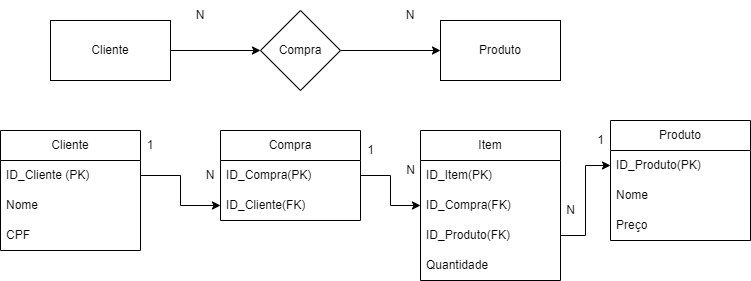
EwertonLira/introdu-o-Github keeps this draw.io diagram as BancoDeDados/3 aula/clienteProduto.drawio.png. Above is the earlier version. Source tidied: cells renumbered, new cells last; positions are measured from the earlier drawing's top-left corner, leaving out a move shared by most shapes. Source of this version:
```xml
<mxGraphModel>
  <root>
    <mxCell id="0" />
    <mxCell id="1" parent="0" />
    <mxCell id="2" style="edgeStyle=orthogonalEdgeStyle;rounded=0;jettySize=auto;html=1;exitX=1;exitY=0.5;exitDx=0;exitDy=0;entryX=0;entryY=0.5;entryDx=0;entryDy=0;" parent="1" edge="1" source="3" target="6">
      <mxGeometry relative="1" as="geometry" />
    </mxCell>
    <mxCell id="3" value="Cliente" style="rounded=0;whiteSpace=wrap;html=1;" parent="1" vertex="1">
      <mxGeometry x="50" y="20" width="120" height="60" as="geometry" />
    </mxCell>
    <mxCell id="4" value="Produto" style="rounded=0;whiteSpace=wrap;html=1;" parent="1" vertex="1">
      <mxGeometry x="440" y="20" width="120" height="60" as="geometry" />
    </mxCell>
    <mxCell id="5" style="edgeStyle=orthogonalEdgeStyle;rounded=0;jettySize=auto;html=1;exitX=1;exitY=0.5;exitDx=0;exitDy=0;entryX=0;entryY=0.5;entryDx=0;entryDy=0;" parent="1" edge="1" source="6" target="4">
      <mxGeometry relative="1" as="geometry" />
    </mxCell>
    <mxCell id="6" value="Compra" style="rhombus;whiteSpace=wrap;html=1;" parent="1" vertex="1">
      <mxGeometry x="260" y="10" width="80" height="80" as="geometry" />
    </mxCell>
    <mxCell id="7" value="N" style="text;html=1;strokeColor=none;fillColor=none;align=center;verticalAlign=middle;whiteSpace=wrap;rounded=0;" parent="1" vertex="1">
      <mxGeometry x="380" width="60" height="30" as="geometry" />
    </mxCell>
    <mxCell id="8" value="N" style="text;html=1;strokeColor=none;fillColor=none;align=center;verticalAlign=middle;whiteSpace=wrap;rounded=0;" parent="1" vertex="1">
      <mxGeometry x="170" width="60" height="30" as="geometry" />
    </mxCell>
    <mxCell id="9" value="Cliente" style="swimlane;fontStyle=0;horizontal=1;startSize=30;whiteSpace=wrap;html=1;" parent="1" vertex="1">
      <mxGeometry y="130" width="140" height="120" as="geometry" />
    </mxCell>
    <mxCell id="10" value="ID_Cliente (PK)" style="text;strokeColor=none;fillColor=none;align=left;verticalAlign=middle;spacingLeft=4;spacingRight=4;overflow=hidden;points=[[0,0.5],[1,0.5]];portConstraint=eastwest;whiteSpace=wrap;html=1;" parent="9" vertex="1">
      <mxGeometry y="30" width="140" height="30" as="geometry" />
    </mxCell>
    <mxCell id="11" value="Nome" style="text;strokeColor=none;fillColor=none;align=left;verticalAlign=middle;spacingLeft=4;spacingRight=4;overflow=hidden;whiteSpace=wrap;html=1;" parent="9" vertex="1">
      <mxGeometry y="60" width="140" height="30" as="geometry" />
    </mxCell>
    <mxCell id="12" value="CPF" style="text;strokeColor=none;fillColor=none;align=left;verticalAlign=middle;spacingLeft=4;spacingRight=4;overflow=hidden;whiteSpace=wrap;html=1;" parent="9" vertex="1">
      <mxGeometry y="90" width="140" height="30" as="geometry" />
    </mxCell>
    <mxCell id="13" value="Compra" style="swimlane;fontStyle=0;horizontal=1;startSize=30;whiteSpace=wrap;html=1;" parent="1" vertex="1">
      <mxGeometry x="220" y="130" width="140" height="90" as="geometry" />
    </mxCell>
    <mxCell id="14" value="ID_Compra(PK)" style="text;strokeColor=none;fillColor=none;align=left;verticalAlign=middle;spacingLeft=4;spacingRight=4;overflow=hidden;points=[[0,0.5],[1,0.5]];portConstraint=eastwest;whiteSpace=wrap;html=1;" parent="13" vertex="1">
      <mxGeometry y="30" width="140" height="30" as="geometry" />
    </mxCell>
    <mxCell id="15" value="ID_Cliente(FK)" style="text;strokeColor=none;fillColor=none;align=left;verticalAlign=middle;spacingLeft=4;spacingRight=4;overflow=hidden;points=[[0,0.5],[1,0.5]];portConstraint=eastwest;whiteSpace=wrap;html=1;" parent="13" vertex="1">
      <mxGeometry y="60" width="140" height="30" as="geometry" />
    </mxCell>
    <mxCell id="16" value="Produto" style="swimlane;fontStyle=0;horizontal=1;startSize=30;whiteSpace=wrap;html=1;" parent="1" vertex="1">
      <mxGeometry x="610" y="120" width="140" height="120" as="geometry" />
    </mxCell>
    <mxCell id="17" value="ID_Produto(PK)" style="text;strokeColor=none;fillColor=none;align=left;verticalAlign=middle;spacingLeft=4;spacingRight=4;overflow=hidden;points=[[0,0.5],[1,0.5]];portConstraint=eastwest;whiteSpace=wrap;html=1;" parent="16" vertex="1">
      <mxGeometry y="30" width="140" height="30" as="geometry" />
    </mxCell>
    <mxCell id="18" value="Nome" style="text;strokeColor=none;fillColor=none;align=left;verticalAlign=middle;spacingLeft=4;spacingRight=4;overflow=hidden;whiteSpace=wrap;html=1;" parent="16" vertex="1">
      <mxGeometry y="60" width="140" height="30" as="geometry" />
    </mxCell>
    <mxCell id="19" value="Preço" style="text;strokeColor=none;fillColor=none;align=left;verticalAlign=middle;spacingLeft=4;spacingRight=4;overflow=hidden;whiteSpace=wrap;html=1;" parent="16" vertex="1">
      <mxGeometry y="90" width="140" height="30" as="geometry" />
    </mxCell>
    <mxCell id="20" style="edgeStyle=orthogonalEdgeStyle;rounded=0;jettySize=auto;html=1;exitX=1;exitY=0.5;exitDx=0;exitDy=0;" parent="1" edge="1" source="10" target="15">
      <mxGeometry relative="1" as="geometry" />
    </mxCell>
    <mxCell id="21" value="1" style="text;html=1;strokeColor=none;fillColor=none;align=center;verticalAlign=middle;whiteSpace=wrap;rounded=0;" parent="1" vertex="1">
      <mxGeometry x="120" y="130" width="60" height="30" as="geometry" />
    </mxCell>
    <mxCell id="22" value="N" style="text;html=1;strokeColor=none;fillColor=none;align=center;verticalAlign=middle;whiteSpace=wrap;rounded=0;" parent="1" vertex="1">
      <mxGeometry x="180" y="160" width="60" height="30" as="geometry" />
    </mxCell>
    <mxCell id="23" value="Item" style="swimlane;fontStyle=0;horizontal=1;startSize=30;whiteSpace=wrap;html=1;" parent="1" vertex="1">
      <mxGeometry x="420" y="130" width="140" height="150" as="geometry" />
    </mxCell>
    <mxCell id="24" value="ID_Item(PK)" style="text;strokeColor=none;fillColor=none;align=left;verticalAlign=middle;spacingLeft=4;spacingRight=4;overflow=hidden;whiteSpace=wrap;html=1;" parent="23" vertex="1">
      <mxGeometry y="30" width="140" height="30" as="geometry" />
    </mxCell>
    <mxCell id="25" value="ID_Compra(FK)" style="text;strokeColor=none;fillColor=none;align=left;verticalAlign=middle;spacingLeft=4;spacingRight=4;overflow=hidden;points=[[0,0.5],[1,0.5]];portConstraint=eastwest;whiteSpace=wrap;html=1;" parent="23" vertex="1">
      <mxGeometry y="60" width="140" height="30" as="geometry" />
    </mxCell>
    <mxCell id="26" value="ID_Produto(FK)" style="text;strokeColor=none;fillColor=none;align=left;verticalAlign=middle;spacingLeft=4;spacingRight=4;overflow=hidden;points=[[0,0.5],[1,0.5]];portConstraint=eastwest;whiteSpace=wrap;html=1;" parent="23" vertex="1">
      <mxGeometry y="90" width="140" height="30" as="geometry" />
    </mxCell>
    <mxCell id="27" value="Quantidade" style="text;strokeColor=none;fillColor=none;align=left;verticalAlign=middle;spacingLeft=4;spacingRight=4;overflow=hidden;whiteSpace=wrap;html=1;" parent="23" vertex="1">
      <mxGeometry y="120" width="140" height="30" as="geometry" />
    </mxCell>
    <mxCell id="28" style="edgeStyle=orthogonalEdgeStyle;rounded=0;jettySize=auto;html=1;exitX=1;exitY=0.5;exitDx=0;exitDy=0;" parent="1" edge="1" source="14" target="25">
      <mxGeometry relative="1" as="geometry" />
    </mxCell>
    <mxCell id="29" style="edgeStyle=orthogonalEdgeStyle;rounded=0;jettySize=auto;html=1;exitX=1;exitY=0.5;exitDx=0;exitDy=0;" parent="1" edge="1" source="26" target="17">
      <mxGeometry relative="1" as="geometry" />
    </mxCell>
    <mxCell id="30" value="1" style="text;html=1;align=center;verticalAlign=middle;strokeColor=none;fillColor=none;" parent="1" vertex="1">
      <mxGeometry x="355" y="135" width="30" height="30" as="geometry" />
    </mxCell>
    <mxCell id="31" value="N" style="text;html=1;align=center;verticalAlign=middle;strokeColor=none;fillColor=none;" parent="1" vertex="1">
      <mxGeometry x="395" y="155" width="30" height="30" as="geometry" />
    </mxCell>
    <mxCell id="32" value="1" style="text;html=1;align=center;verticalAlign=middle;strokeColor=none;fillColor=none;" parent="1" vertex="1">
      <mxGeometry x="585" y="125" width="30" height="30" as="geometry" />
    </mxCell>
    <mxCell id="33" value="N" style="text;html=1;align=center;verticalAlign=middle;strokeColor=none;fillColor=none;" parent="1" vertex="1">
      <mxGeometry x="555" y="195" width="30" height="30" as="geometry" />
    </mxCell>
  </root>
</mxGraphModel>
```
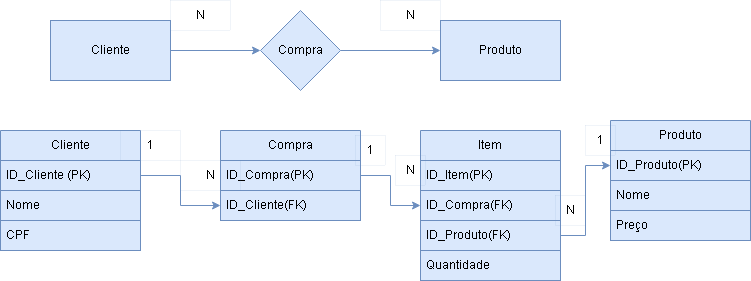
After the change.

The edit, as a diff of the source:
```diff
@@ -2,100 +2,100 @@
   <root>
     <mxCell id="0" />
     <mxCell id="1" parent="0" />
-    <mxCell id="2" style="edgeStyle=orthogonalEdgeStyle;rounded=0;jettySize=auto;html=1;exitX=1;exitY=0.5;exitDx=0;exitDy=0;entryX=0;entryY=0.5;entryDx=0;entryDy=0;" parent="1" edge="1" source="3" target="6">
+    <mxCell id="2" style="edgeStyle=orthogonalEdgeStyle;rounded=0;jettySize=auto;html=1;exitX=1;exitY=0.5;exitDx=0;exitDy=0;entryX=0;entryY=0.5;entryDx=0;entryDy=0;fillColor=#dae8fc;strokeColor=#6c8ebf;" parent="1" edge="1" source="3" target="6">
       <mxGeometry relative="1" as="geometry" />
     </mxCell>
-    <mxCell id="3" value="Cliente" style="rounded=0;whiteSpace=wrap;html=1;" parent="1" vertex="1">
+    <mxCell id="3" value="Cliente" style="rounded=0;whiteSpace=wrap;html=1;fillColor=#dae8fc;strokeColor=#6c8ebf;" parent="1" vertex="1">
       <mxGeometry x="50" y="20" width="120" height="60" as="geometry" />
     </mxCell>
-    <mxCell id="4" value="Produto" style="rounded=0;whiteSpace=wrap;html=1;" parent="1" vertex="1">
+    <mxCell id="4" value="Produto" style="rounded=0;whiteSpace=wrap;html=1;fillColor=#dae8fc;strokeColor=#6c8ebf;" parent="1" vertex="1">
       <mxGeometry x="440" y="20" width="120" height="60" as="geometry" />
     </mxCell>
-    <mxCell id="5" style="edgeStyle=orthogonalEdgeStyle;rounded=0;jettySize=auto;html=1;exitX=1;exitY=0.5;exitDx=0;exitDy=0;entryX=0;entryY=0.5;entryDx=0;entryDy=0;" parent="1" edge="1" source="6" target="4">
+    <mxCell id="5" style="edgeStyle=orthogonalEdgeStyle;rounded=0;jettySize=auto;html=1;exitX=1;exitY=0.5;exitDx=0;exitDy=0;entryX=0;entryY=0.5;entryDx=0;entryDy=0;fillColor=#dae8fc;strokeColor=#6c8ebf;" parent="1" edge="1" source="6" target="4">
       <mxGeometry relative="1" as="geometry" />
     </mxCell>
-    <mxCell id="6" value="Compra" style="rhombus;whiteSpace=wrap;html=1;" parent="1" vertex="1">
+    <mxCell id="6" value="Compra" style="rhombus;whiteSpace=wrap;html=1;fillColor=#dae8fc;strokeColor=#6c8ebf;" parent="1" vertex="1">
       <mxGeometry x="260" y="10" width="80" height="80" as="geometry" />
     </mxCell>
-    <mxCell id="7" value="N" style="text;html=1;strokeColor=none;fillColor=none;align=center;verticalAlign=middle;whiteSpace=wrap;rounded=0;" parent="1" vertex="1">
+    <mxCell id="7" value="N" style="text;html=1;strokeColor=#6c8ebf;fillColor=none;align=center;verticalAlign=middle;whiteSpace=wrap;rounded=0;strokeWidth=0;" parent="1" vertex="1">
       <mxGeometry x="380" width="60" height="30" as="geometry" />
     </mxCell>
-    <mxCell id="8" value="N" style="text;html=1;strokeColor=none;fillColor=none;align=center;verticalAlign=middle;whiteSpace=wrap;rounded=0;" parent="1" vertex="1">
+    <mxCell id="8" value="N" style="text;html=1;strokeColor=#6c8ebf;fillColor=none;align=center;verticalAlign=middle;whiteSpace=wrap;rounded=0;strokeWidth=0;" parent="1" vertex="1">
       <mxGeometry x="170" width="60" height="30" as="geometry" />
     </mxCell>
-    <mxCell id="9" value="Cliente" style="swimlane;fontStyle=0;horizontal=1;startSize=30;whiteSpace=wrap;html=1;" parent="1" vertex="1">
+    <mxCell id="9" value="Cliente" style="swimlane;fontStyle=0;horizontal=1;startSize=30;whiteSpace=wrap;html=1;fillColor=#dae8fc;strokeColor=#6c8ebf;" parent="1" vertex="1">
       <mxGeometry y="130" width="140" height="120" as="geometry" />
     </mxCell>
-    <mxCell id="10" value="ID_Cliente (PK)" style="text;strokeColor=none;fillColor=none;align=left;verticalAlign=middle;spacingLeft=4;spacingRight=4;overflow=hidden;points=[[0,0.5],[1,0.5]];portConstraint=eastwest;whiteSpace=wrap;html=1;" parent="9" vertex="1">
+    <mxCell id="10" value="ID_Cliente (PK)" style="text;strokeColor=#6c8ebf;fillColor=#dae8fc;align=left;verticalAlign=middle;spacingLeft=4;spacingRight=4;overflow=hidden;points=[[0,0.5],[1,0.5]];portConstraint=eastwest;whiteSpace=wrap;html=1;" parent="9" vertex="1">
       <mxGeometry y="30" width="140" height="30" as="geometry" />
     </mxCell>
-    <mxCell id="11" value="Nome" style="text;strokeColor=none;fillColor=none;align=left;verticalAlign=middle;spacingLeft=4;spacingRight=4;overflow=hidden;whiteSpace=wrap;html=1;" parent="9" vertex="1">
+    <mxCell id="11" value="Nome" style="text;strokeColor=#6c8ebf;fillColor=#dae8fc;align=left;verticalAlign=middle;spacingLeft=4;spacingRight=4;overflow=hidden;whiteSpace=wrap;html=1;" parent="9" vertex="1">
       <mxGeometry y="60" width="140" height="30" as="geometry" />
     </mxCell>
-    <mxCell id="12" value="CPF" style="text;strokeColor=none;fillColor=none;align=left;verticalAlign=middle;spacingLeft=4;spacingRight=4;overflow=hidden;whiteSpace=wrap;html=1;" parent="9" vertex="1">
+    <mxCell id="12" value="CPF" style="text;strokeColor=#6c8ebf;fillColor=#dae8fc;align=left;verticalAlign=middle;spacingLeft=4;spacingRight=4;overflow=hidden;whiteSpace=wrap;html=1;" parent="9" vertex="1">
       <mxGeometry y="90" width="140" height="30" as="geometry" />
     </mxCell>
-    <mxCell id="13" value="Compra" style="swimlane;fontStyle=0;horizontal=1;startSize=30;whiteSpace=wrap;html=1;" parent="1" vertex="1">
+    <mxCell id="13" value="Compra" style="swimlane;fontStyle=0;horizontal=1;startSize=30;whiteSpace=wrap;html=1;fillColor=#dae8fc;strokeColor=#6c8ebf;" parent="1" vertex="1">
       <mxGeometry x="220" y="130" width="140" height="90" as="geometry" />
     </mxCell>
-    <mxCell id="14" value="ID_Compra(PK)" style="text;strokeColor=none;fillColor=none;align=left;verticalAlign=middle;spacingLeft=4;spacingRight=4;overflow=hidden;points=[[0,0.5],[1,0.5]];portConstraint=eastwest;whiteSpace=wrap;html=1;" parent="13" vertex="1">
+    <mxCell id="14" value="ID_Compra(PK)" style="text;strokeColor=#6c8ebf;fillColor=#dae8fc;align=left;verticalAlign=middle;spacingLeft=4;spacingRight=4;overflow=hidden;points=[[0,0.5],[1,0.5]];portConstraint=eastwest;whiteSpace=wrap;html=1;" parent="13" vertex="1">
       <mxGeometry y="30" width="140" height="30" as="geometry" />
     </mxCell>
-    <mxCell id="15" value="ID_Cliente(FK)" style="text;strokeColor=none;fillColor=none;align=left;verticalAlign=middle;spacingLeft=4;spacingRight=4;overflow=hidden;points=[[0,0.5],[1,0.5]];portConstraint=eastwest;whiteSpace=wrap;html=1;" parent="13" vertex="1">
+    <mxCell id="15" value="ID_Cliente(FK)" style="text;strokeColor=#6c8ebf;fillColor=#dae8fc;align=left;verticalAlign=middle;spacingLeft=4;spacingRight=4;overflow=hidden;points=[[0,0.5],[1,0.5]];portConstraint=eastwest;whiteSpace=wrap;html=1;" parent="13" vertex="1">
       <mxGeometry y="60" width="140" height="30" as="geometry" />
     </mxCell>
-    <mxCell id="16" value="Produto" style="swimlane;fontStyle=0;horizontal=1;startSize=30;whiteSpace=wrap;html=1;" parent="1" vertex="1">
+    <mxCell id="16" value="Produto" style="swimlane;fontStyle=0;horizontal=1;startSize=30;whiteSpace=wrap;html=1;fillColor=#dae8fc;strokeColor=#6c8ebf;" parent="1" vertex="1">
       <mxGeometry x="610" y="120" width="140" height="120" as="geometry" />
     </mxCell>
-    <mxCell id="17" value="ID_Produto(PK)" style="text;strokeColor=none;fillColor=none;align=left;verticalAlign=middle;spacingLeft=4;spacingRight=4;overflow=hidden;points=[[0,0.5],[1,0.5]];portConstraint=eastwest;whiteSpace=wrap;html=1;" parent="16" vertex="1">
+    <mxCell id="17" value="ID_Produto(PK)" style="text;strokeColor=#6c8ebf;fillColor=#dae8fc;align=left;verticalAlign=middle;spacingLeft=4;spacingRight=4;overflow=hidden;points=[[0,0.5],[1,0.5]];portConstraint=eastwest;whiteSpace=wrap;html=1;" parent="16" vertex="1">
       <mxGeometry y="30" width="140" height="30" as="geometry" />
     </mxCell>
-    <mxCell id="18" value="Nome" style="text;strokeColor=none;fillColor=none;align=left;verticalAlign=middle;spacingLeft=4;spacingRight=4;overflow=hidden;whiteSpace=wrap;html=1;" parent="16" vertex="1">
+    <mxCell id="18" value="Nome" style="text;strokeColor=#6c8ebf;fillColor=#dae8fc;align=left;verticalAlign=middle;spacingLeft=4;spacingRight=4;overflow=hidden;whiteSpace=wrap;html=1;" parent="16" vertex="1">
       <mxGeometry y="60" width="140" height="30" as="geometry" />
     </mxCell>
-    <mxCell id="19" value="Preço" style="text;strokeColor=none;fillColor=none;align=left;verticalAlign=middle;spacingLeft=4;spacingRight=4;overflow=hidden;whiteSpace=wrap;html=1;" parent="16" vertex="1">
+    <mxCell id="19" value="Preço" style="text;strokeColor=#6c8ebf;fillColor=#dae8fc;align=left;verticalAlign=middle;spacingLeft=4;spacingRight=4;overflow=hidden;whiteSpace=wrap;html=1;" parent="16" vertex="1">
       <mxGeometry y="90" width="140" height="30" as="geometry" />
     </mxCell>
-    <mxCell id="20" style="edgeStyle=orthogonalEdgeStyle;rounded=0;jettySize=auto;html=1;exitX=1;exitY=0.5;exitDx=0;exitDy=0;" parent="1" edge="1" source="10" target="15">
+    <mxCell id="20" style="edgeStyle=orthogonalEdgeStyle;rounded=0;jettySize=auto;html=1;exitX=1;exitY=0.5;exitDx=0;exitDy=0;fillColor=#dae8fc;strokeColor=#6c8ebf;" parent="1" edge="1" source="10" target="15">
       <mxGeometry relative="1" as="geometry" />
     </mxCell>
-    <mxCell id="21" value="1" style="text;html=1;strokeColor=none;fillColor=none;align=center;verticalAlign=middle;whiteSpace=wrap;rounded=0;" parent="1" vertex="1">
+    <mxCell id="21" value="1" style="text;html=1;strokeColor=#6c8ebf;fillColor=none;align=center;verticalAlign=middle;whiteSpace=wrap;rounded=0;strokeWidth=0;" parent="1" vertex="1">
       <mxGeometry x="120" y="130" width="60" height="30" as="geometry" />
     </mxCell>
-    <mxCell id="22" value="N" style="text;html=1;strokeColor=none;fillColor=none;align=center;verticalAlign=middle;whiteSpace=wrap;rounded=0;" parent="1" vertex="1">
+    <mxCell id="22" value="N" style="text;html=1;strokeColor=#6c8ebf;fillColor=none;align=center;verticalAlign=middle;whiteSpace=wrap;rounded=0;strokeWidth=0;" parent="1" vertex="1">
       <mxGeometry x="180" y="160" width="60" height="30" as="geometry" />
     </mxCell>
-    <mxCell id="23" value="Item" style="swimlane;fontStyle=0;horizontal=1;startSize=30;whiteSpace=wrap;html=1;" parent="1" vertex="1">
+    <mxCell id="23" value="Item" style="swimlane;fontStyle=0;horizontal=1;startSize=30;whiteSpace=wrap;html=1;fillColor=#dae8fc;strokeColor=#6c8ebf;" parent="1" vertex="1">
       <mxGeometry x="420" y="130" width="140" height="150" as="geometry" />
     </mxCell>
-    <mxCell id="24" value="ID_Item(PK)" style="text;strokeColor=none;fillColor=none;align=left;verticalAlign=middle;spacingLeft=4;spacingRight=4;overflow=hidden;whiteSpace=wrap;html=1;" parent="23" vertex="1">
+    <mxCell id="24" value="ID_Item(PK)" style="text;strokeColor=#6c8ebf;fillColor=#dae8fc;align=left;verticalAlign=middle;spacingLeft=4;spacingRight=4;overflow=hidden;whiteSpace=wrap;html=1;" parent="23" vertex="1">
       <mxGeometry y="30" width="140" height="30" as="geometry" />
     </mxCell>
-    <mxCell id="25" value="ID_Compra(FK)" style="text;strokeColor=none;fillColor=none;align=left;verticalAlign=middle;spacingLeft=4;spacingRight=4;overflow=hidden;points=[[0,0.5],[1,0.5]];portConstraint=eastwest;whiteSpace=wrap;html=1;" parent="23" vertex="1">
+    <mxCell id="25" value="ID_Compra(FK)" style="text;strokeColor=#6c8ebf;fillColor=#dae8fc;align=left;verticalAlign=middle;spacingLeft=4;spacingRight=4;overflow=hidden;points=[[0,0.5],[1,0.5]];portConstraint=eastwest;whiteSpace=wrap;html=1;" parent="23" vertex="1">
       <mxGeometry y="60" width="140" height="30" as="geometry" />
     </mxCell>
-    <mxCell id="26" value="ID_Produto(FK)" style="text;strokeColor=none;fillColor=none;align=left;verticalAlign=middle;spacingLeft=4;spacingRight=4;overflow=hidden;points=[[0,0.5],[1,0.5]];portConstraint=eastwest;whiteSpace=wrap;html=1;" parent="23" vertex="1">
+    <mxCell id="26" value="ID_Produto(FK)" style="text;strokeColor=#6c8ebf;fillColor=#dae8fc;align=left;verticalAlign=middle;spacingLeft=4;spacingRight=4;overflow=hidden;points=[[0,0.5],[1,0.5]];portConstraint=eastwest;whiteSpace=wrap;html=1;" parent="23" vertex="1">
       <mxGeometry y="90" width="140" height="30" as="geometry" />
     </mxCell>
-    <mxCell id="27" value="Quantidade" style="text;strokeColor=none;fillColor=none;align=left;verticalAlign=middle;spacingLeft=4;spacingRight=4;overflow=hidden;whiteSpace=wrap;html=1;" parent="23" vertex="1">
+    <mxCell id="27" value="Quantidade" style="text;strokeColor=#6c8ebf;fillColor=#dae8fc;align=left;verticalAlign=middle;spacingLeft=4;spacingRight=4;overflow=hidden;whiteSpace=wrap;html=1;" parent="23" vertex="1">
       <mxGeometry y="120" width="140" height="30" as="geometry" />
     </mxCell>
-    <mxCell id="28" style="edgeStyle=orthogonalEdgeStyle;rounded=0;jettySize=auto;html=1;exitX=1;exitY=0.5;exitDx=0;exitDy=0;" parent="1" edge="1" source="14" target="25">
+    <mxCell id="28" style="edgeStyle=orthogonalEdgeStyle;rounded=0;jettySize=auto;html=1;exitX=1;exitY=0.5;exitDx=0;exitDy=0;fillColor=#dae8fc;strokeColor=#6c8ebf;" parent="1" edge="1" source="14" target="25">
       <mxGeometry relative="1" as="geometry" />
     </mxCell>
-    <mxCell id="29" style="edgeStyle=orthogonalEdgeStyle;rounded=0;jettySize=auto;html=1;exitX=1;exitY=0.5;exitDx=0;exitDy=0;" parent="1" edge="1" source="26" target="17">
+    <mxCell id="29" style="edgeStyle=orthogonalEdgeStyle;rounded=0;jettySize=auto;html=1;exitX=1;exitY=0.5;exitDx=0;exitDy=0;fillColor=#dae8fc;strokeColor=#6c8ebf;" parent="1" edge="1" source="26" target="17">
       <mxGeometry relative="1" as="geometry" />
     </mxCell>
-    <mxCell id="30" value="1" style="text;html=1;align=center;verticalAlign=middle;strokeColor=none;fillColor=none;" parent="1" vertex="1">
+    <mxCell id="30" value="1" style="text;html=1;align=center;verticalAlign=middle;strokeColor=#6c8ebf;fillColor=none;strokeWidth=0;" parent="1" vertex="1">
       <mxGeometry x="355" y="135" width="30" height="30" as="geometry" />
     </mxCell>
-    <mxCell id="31" value="N" style="text;html=1;align=center;verticalAlign=middle;strokeColor=none;fillColor=none;" parent="1" vertex="1">
+    <mxCell id="31" value="N" style="text;html=1;align=center;verticalAlign=middle;strokeColor=#6c8ebf;fillColor=none;strokeWidth=0;" parent="1" vertex="1">
       <mxGeometry x="395" y="155" width="30" height="30" as="geometry" />
     </mxCell>
-    <mxCell id="32" value="1" style="text;html=1;align=center;verticalAlign=middle;strokeColor=none;fillColor=none;" parent="1" vertex="1">
+    <mxCell id="32" value="1" style="text;html=1;align=center;verticalAlign=middle;strokeColor=#6c8ebf;fillColor=none;strokeWidth=0;" parent="1" vertex="1">
       <mxGeometry x="585" y="125" width="30" height="30" as="geometry" />
     </mxCell>
-    <mxCell id="33" value="N" style="text;html=1;align=center;verticalAlign=middle;strokeColor=none;fillColor=none;" parent="1" vertex="1">
+    <mxCell id="33" value="N" style="text;html=1;align=center;verticalAlign=middle;strokeColor=#6c8ebf;fillColor=none;strokeWidth=0;" parent="1" vertex="1">
       <mxGeometry x="555" y="195" width="30" height="30" as="geometry" />
     </mxCell>
   </root>
```
